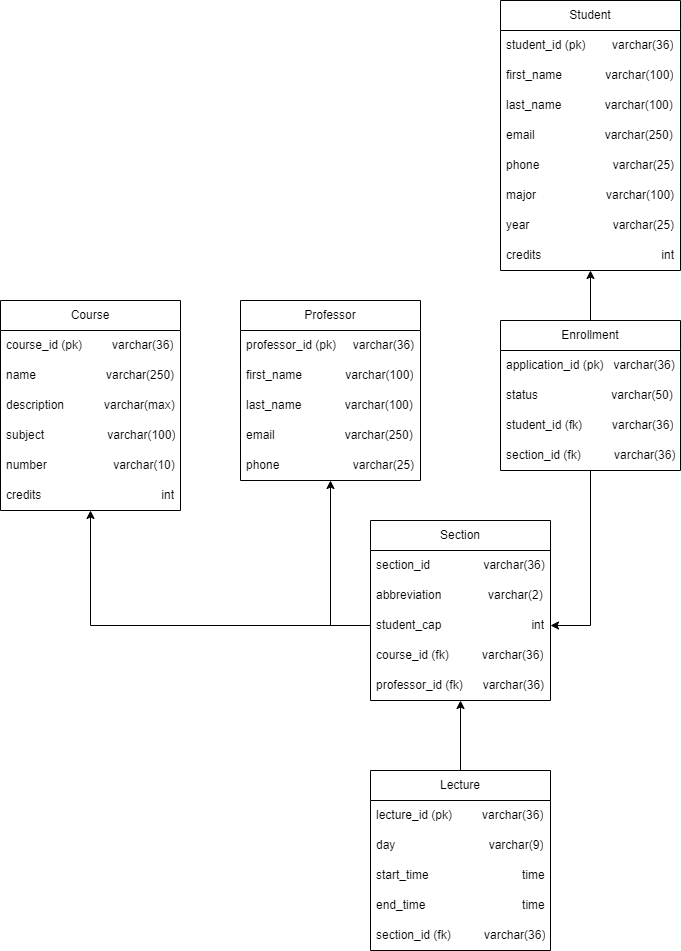
Masteidel/capstone-project-the-faculty keeps this draw.io diagram as Capstone Schema.drawio.png. Above is the earlier version. Source tidied: cells renumbered, new cells last; positions are measured from the earlier drawing's top-left corner, leaving out a move shared by most shapes.
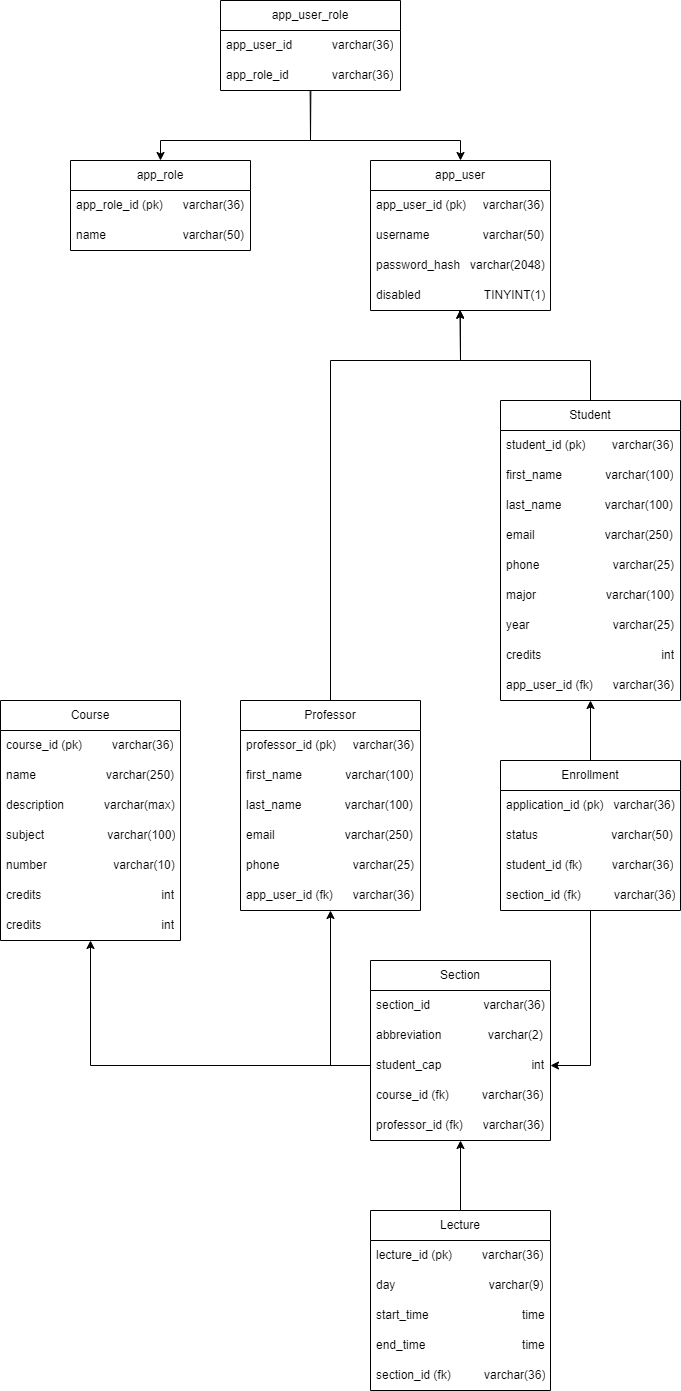
Above is the later version.

Commit message:
Update schema diagram

What changed in the source:
```diff
@@ -3,7 +3,7 @@
     <mxCell id="0" />
     <mxCell id="1" parent="0" />
     <mxCell id="2" value="Professor" style="swimlane;fontStyle=0;horizontal=1;startSize=30;whiteSpace=wrap;html=1;" parent="1" vertex="1">
-      <mxGeometry x="240" y="300" width="180" height="180" as="geometry" />
+      <mxGeometry x="240" y="260" width="180" height="210" as="geometry" />
     </mxCell>
     <mxCell id="3" value="professor_id (pk)&amp;nbsp; &amp;nbsp; &amp;nbsp;varchar(36)" style="text;strokeColor=none;fillColor=none;align=left;verticalAlign=middle;spacingLeft=4;spacingRight=4;overflow=hidden;whiteSpace=wrap;html=1;" parent="2" vertex="1">
       <mxGeometry y="30" width="180" height="30" as="geometry" />
@@ -20,8 +20,11 @@
     <mxCell id="7" value="phone&amp;nbsp; &amp;nbsp; &amp;nbsp; &amp;nbsp; &amp;nbsp; &amp;nbsp; &amp;nbsp; &amp;nbsp; &amp;nbsp; &amp;nbsp; &amp;nbsp; varchar(25)" style="text;strokeColor=none;fillColor=none;align=left;verticalAlign=middle;spacingLeft=4;spacingRight=4;overflow=hidden;whiteSpace=wrap;html=1;" parent="2" vertex="1">
       <mxGeometry y="150" width="180" height="30" as="geometry" />
     </mxCell>
+    <mxCell id="46" value="app_user_id (fk)&amp;nbsp; &amp;nbsp; &amp;nbsp; varchar(36)" style="text;strokeColor=none;fillColor=none;align=left;verticalAlign=middle;spacingLeft=4;spacingRight=4;overflow=hidden;whiteSpace=wrap;html=1;" parent="2" vertex="1">
+      <mxGeometry y="180" width="180" height="30" as="geometry" />
+    </mxCell>
     <mxCell id="8" value="Student" style="swimlane;fontStyle=0;horizontal=1;startSize=30;whiteSpace=wrap;html=1;" parent="1" vertex="1">
-      <mxGeometry x="500" width="180" height="270" as="geometry" />
+      <mxGeometry x="500" y="-40" width="180" height="300" as="geometry" />
     </mxCell>
     <mxCell id="9" value="student_id (pk)&amp;nbsp; &amp;nbsp; &amp;nbsp; &amp;nbsp; varchar(36)" style="text;strokeColor=none;fillColor=none;align=left;verticalAlign=middle;spacingLeft=4;spacingRight=4;overflow=hidden;whiteSpace=wrap;html=1;" parent="8" vertex="1">
       <mxGeometry y="30" width="180" height="30" as="geometry" />
@@ -47,8 +50,11 @@
     <mxCell id="16" value="credits&amp;nbsp; &amp;nbsp; &amp;nbsp; &amp;nbsp; &amp;nbsp; &amp;nbsp; &amp;nbsp; &amp;nbsp; &amp;nbsp; &amp;nbsp; &amp;nbsp; &amp;nbsp; &amp;nbsp; &amp;nbsp; &amp;nbsp; &amp;nbsp; &amp;nbsp; &amp;nbsp; int" style="text;strokeColor=none;fillColor=none;align=left;verticalAlign=middle;spacingLeft=4;spacingRight=4;overflow=hidden;whiteSpace=wrap;html=1;" parent="8" vertex="1">
       <mxGeometry y="240" width="180" height="30" as="geometry" />
     </mxCell>
+    <mxCell id="47" value="app_user_id (fk)&amp;nbsp; &amp;nbsp; &amp;nbsp; varchar(36)" style="text;strokeColor=none;fillColor=none;align=left;verticalAlign=middle;spacingLeft=4;spacingRight=4;overflow=hidden;whiteSpace=wrap;html=1;" parent="8" vertex="1">
+      <mxGeometry y="270" width="180" height="30" as="geometry" />
+    </mxCell>
     <mxCell id="17" value="Course" style="swimlane;fontStyle=0;horizontal=1;startSize=30;whiteSpace=wrap;html=1;" parent="1" vertex="1">
-      <mxGeometry y="300" width="180" height="210" as="geometry" />
+      <mxGeometry y="260" width="180" height="240" as="geometry" />
     </mxCell>
     <mxCell id="18" value="course_id (pk)&amp;nbsp; &amp;nbsp; &amp;nbsp; &amp;nbsp; &amp;nbsp;varchar(36)" style="text;strokeColor=none;fillColor=none;align=left;verticalAlign=middle;spacingLeft=4;spacingRight=4;overflow=hidden;whiteSpace=wrap;html=1;" parent="17" vertex="1">
       <mxGeometry y="30" width="180" height="30" as="geometry" />
@@ -68,6 +74,9 @@
     <mxCell id="23" value="credits&amp;nbsp; &amp;nbsp; &amp;nbsp; &amp;nbsp; &amp;nbsp; &amp;nbsp; &amp;nbsp; &amp;nbsp; &amp;nbsp; &amp;nbsp; &amp;nbsp; &amp;nbsp; &amp;nbsp; &amp;nbsp; &amp;nbsp; &amp;nbsp; &amp;nbsp; &amp;nbsp; int" style="text;strokeColor=none;fillColor=none;align=left;verticalAlign=middle;spacingLeft=4;spacingRight=4;overflow=hidden;whiteSpace=wrap;html=1;" parent="17" vertex="1">
       <mxGeometry y="180" width="180" height="30" as="geometry" />
     </mxCell>
+    <mxCell id="48" value="credits&amp;nbsp; &amp;nbsp; &amp;nbsp; &amp;nbsp; &amp;nbsp; &amp;nbsp; &amp;nbsp; &amp;nbsp; &amp;nbsp; &amp;nbsp; &amp;nbsp; &amp;nbsp; &amp;nbsp; &amp;nbsp; &amp;nbsp; &amp;nbsp; &amp;nbsp; &amp;nbsp; int" style="text;strokeColor=none;fillColor=none;align=left;verticalAlign=middle;spacingLeft=4;spacingRight=4;overflow=hidden;whiteSpace=wrap;html=1;" parent="17" vertex="1">
+      <mxGeometry y="210" width="180" height="30" as="geometry" />
+    </mxCell>
     <mxCell id="24" value="Lecture" style="swimlane;fontStyle=0;horizontal=1;startSize=30;whiteSpace=wrap;html=1;" parent="1" vertex="1">
       <mxGeometry x="370" y="770" width="180" height="180" as="geometry" />
     </mxCell>
@@ -146,5 +155,70 @@
         </Array>
       </mxGeometry>
     </mxCell>
+    <mxCell id="49" value="app_user" style="swimlane;fontStyle=0;horizontal=1;startSize=30;whiteSpace=wrap;html=1;" parent="1" vertex="1">
+      <mxGeometry x="370" y="-280" width="180" height="150" as="geometry" />
+    </mxCell>
+    <mxCell id="50" value="app_user_id (pk)&amp;nbsp; &amp;nbsp; &amp;nbsp;varchar(36)" style="text;strokeColor=none;fillColor=none;align=left;verticalAlign=middle;spacingLeft=4;spacingRight=4;overflow=hidden;whiteSpace=wrap;html=1;" parent="49" vertex="1">
+      <mxGeometry y="30" width="180" height="30" as="geometry" />
+    </mxCell>
+    <mxCell id="51" value="username&amp;nbsp; &amp;nbsp; &amp;nbsp; &amp;nbsp; &amp;nbsp; &amp;nbsp; &amp;nbsp; &amp;nbsp; varchar(50)" style="text;strokeColor=none;fillColor=none;align=left;verticalAlign=middle;spacingLeft=4;spacingRight=4;overflow=hidden;whiteSpace=wrap;html=1;" parent="49" vertex="1">
+      <mxGeometry y="60" width="180" height="30" as="geometry" />
+    </mxCell>
+    <mxCell id="52" value="password_hash&amp;nbsp; &amp;nbsp;varchar(2048)" style="text;strokeColor=none;fillColor=none;align=left;verticalAlign=middle;spacingLeft=4;spacingRight=4;overflow=hidden;whiteSpace=wrap;html=1;" parent="49" vertex="1">
+      <mxGeometry y="90" width="180" height="30" as="geometry" />
+    </mxCell>
+    <mxCell id="53" value="disabled&amp;nbsp; &amp;nbsp; &amp;nbsp; &amp;nbsp; &amp;nbsp; &amp;nbsp; &amp;nbsp; &amp;nbsp; &amp;nbsp; &amp;nbsp;TINYINT(1)" style="text;strokeColor=none;fillColor=none;align=left;verticalAlign=middle;spacingLeft=4;spacingRight=4;overflow=hidden;points=[[0,0.5],[1,0.5]];portConstraint=eastwest;whiteSpace=wrap;html=1;" parent="49" vertex="1">
+      <mxGeometry y="120" width="180" height="30" as="geometry" />
+    </mxCell>
+    <mxCell id="54" value="app_role" style="swimlane;fontStyle=0;horizontal=1;startSize=30;whiteSpace=wrap;html=1;" parent="1" vertex="1">
+      <mxGeometry x="70" y="-280" width="180" height="90" as="geometry" />
+    </mxCell>
+    <mxCell id="55" value="app_role_id (pk)&amp;nbsp; &amp;nbsp; &amp;nbsp; varchar(36)" style="text;strokeColor=none;fillColor=none;align=left;verticalAlign=middle;spacingLeft=4;spacingRight=4;overflow=hidden;whiteSpace=wrap;html=1;" parent="54" vertex="1">
+      <mxGeometry y="30" width="180" height="30" as="geometry" />
+    </mxCell>
+    <mxCell id="56" value="name&amp;nbsp; &amp;nbsp; &amp;nbsp; &amp;nbsp; &amp;nbsp; &amp;nbsp; &amp;nbsp; &amp;nbsp; &amp;nbsp; &amp;nbsp; &amp;nbsp; &amp;nbsp;varchar(50)" style="text;strokeColor=none;fillColor=none;align=left;verticalAlign=middle;spacingLeft=4;spacingRight=4;overflow=hidden;whiteSpace=wrap;html=1;" parent="54" vertex="1">
+      <mxGeometry y="60" width="180" height="30" as="geometry" />
+    </mxCell>
+    <mxCell id="57" value="app_user_role" style="swimlane;fontStyle=0;horizontal=1;startSize=30;whiteSpace=wrap;html=1;" parent="1" vertex="1">
+      <mxGeometry x="220" y="-440" width="180" height="90" as="geometry" />
+    </mxCell>
+    <mxCell id="58" value="app_user_id&amp;nbsp; &amp;nbsp; &amp;nbsp; &amp;nbsp; &amp;nbsp; &amp;nbsp; varchar(36)" style="text;strokeColor=none;fillColor=none;align=left;verticalAlign=middle;spacingLeft=4;spacingRight=4;overflow=hidden;whiteSpace=wrap;html=1;" parent="57" vertex="1">
+      <mxGeometry y="30" width="180" height="30" as="geometry" />
+    </mxCell>
+    <mxCell id="59" value="app_role_id&amp;nbsp; &amp;nbsp; &amp;nbsp; &amp;nbsp; &amp;nbsp; &amp;nbsp; &amp;nbsp;varchar(36)" style="text;strokeColor=none;fillColor=none;align=left;verticalAlign=middle;spacingLeft=4;spacingRight=4;overflow=hidden;points=[[0,0.5],[1,0.5]];portConstraint=eastwest;whiteSpace=wrap;html=1;" parent="57" vertex="1">
+      <mxGeometry y="60" width="180" height="30" as="geometry" />
+    </mxCell>
+    <mxCell id="60" style="endArrow=classic;html=1;rounded=0;exitX=0.5;exitY=0;exitDx=0;exitDy=0;entryX=0.498;entryY=0.989;entryDx=0;entryDy=0;entryPerimeter=0;" parent="1" edge="1" source="2" target="53">
+      <mxGeometry relative="1" as="geometry">
+        <Array as="points">
+          <mxPoint x="330" y="-80" />
+          <mxPoint x="460" y="-80" />
+        </Array>
+      </mxGeometry>
+    </mxCell>
+    <mxCell id="61" style="endArrow=classic;html=1;rounded=0;exitX=0.5;exitY=0;exitDx=0;exitDy=0;entryX=0.498;entryY=0.989;entryDx=0;entryDy=0;entryPerimeter=0;" parent="1" edge="1" source="8" target="53">
+      <mxGeometry relative="1" as="geometry">
+        <Array as="points">
+          <mxPoint x="590" y="-80" />
+          <mxPoint x="460" y="-80" />
+        </Array>
+      </mxGeometry>
+    </mxCell>
+    <mxCell id="62" style="endArrow=classic;html=1;rounded=0;exitX=0.498;exitY=0.989;exitDx=0;exitDy=0;exitPerimeter=0;entryX=0.5;entryY=0;entryDx=0;entryDy=0;" parent="1" edge="1" source="59" target="54">
+      <mxGeometry relative="1" as="geometry">
+        <Array as="points">
+          <mxPoint x="310" y="-300" />
+          <mxPoint x="160" y="-300" />
+        </Array>
+      </mxGeometry>
+    </mxCell>
+    <mxCell id="63" style="endArrow=classic;html=1;rounded=0;exitX=0.502;exitY=0.989;exitDx=0;exitDy=0;exitPerimeter=0;entryX=0.5;entryY=0;entryDx=0;entryDy=0;" parent="1" edge="1" source="59" target="49">
+      <mxGeometry relative="1" as="geometry">
+        <Array as="points">
+          <mxPoint x="310" y="-300" />
+          <mxPoint x="460" y="-300" />
+        </Array>
+      </mxGeometry>
+    </mxCell>
   </root>
 </mxGraphModel>
```
